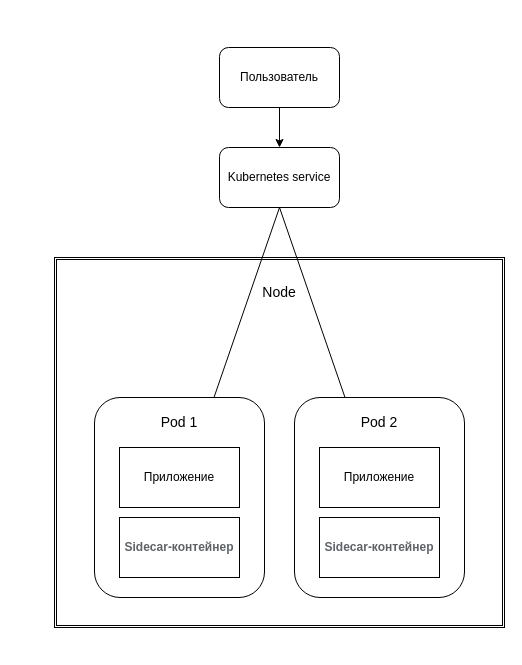
Before: service.drawio in Sizopu/testcase, a draw.io diagram. Source tidied: cells renumbered, new cells numbered last; positions are measured from the earlier drawing's top-left corner, leaving out a move shared by most shapes. Both pictures are drawn from the tidied source at 100%, with x=0, y=0 at pixel (54, 47).
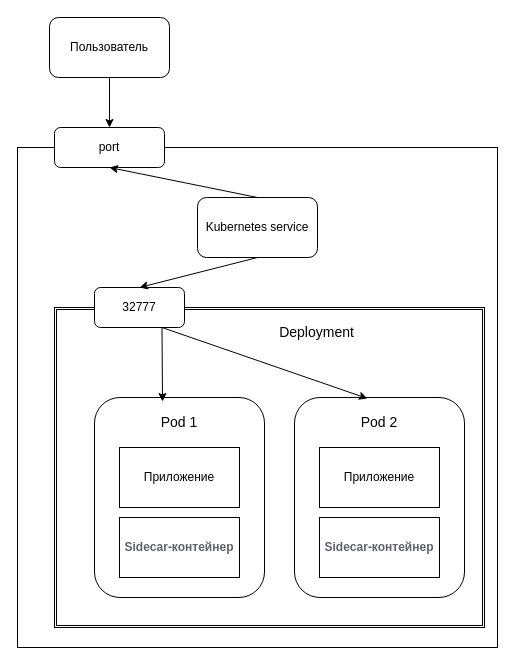
After the change.

The change refers to these unchanged cells:
```xml
<mxCell id="3" style="rounded=1;whiteSpace=wrap;html=1;" parent="1" vertex="1">
  <mxGeometry x="40" y="350" width="170" height="200" as="geometry" />
</mxCell>
<mxCell id="9" style="rounded=1;whiteSpace=wrap;html=1;" parent="1" vertex="1">
  <mxGeometry x="240" y="350" width="170" height="200" as="geometry" />
</mxCell>
```

What changed in the source:
```diff
@@
+    <mxCell id="17" style="rounded=0;whiteSpace=wrap;html=1;" parent="1" vertex="1">
+      <mxGeometry x="-37" y="100" width="480" height="500" as="geometry" />
+    </mxCell>
     <mxCell id="2" style="shape=ext;double=1;rounded=0;whiteSpace=wrap;html=1;" parent="1" vertex="1">
-      <mxGeometry y="210" width="450" height="370" as="geometry" />
+      <mxGeometry y="260" width="430" height="320" as="geometry" />
     </mxCell>
@@
     <mxCell id="5" value="Пользователь" style="rounded=1;whiteSpace=wrap;html=1;" parent="1" vertex="1">
-      <mxGeometry x="165" width="120" height="60" as="geometry" />
+      <mxGeometry x="-5" y="-30" width="120" height="60" as="geometry" />
     </mxCell>
     <mxCell id="6" value="Kubernetes service" style="rounded=1;whiteSpace=wrap;html=1;" parent="1" vertex="1">
-      <mxGeometry x="165" y="100" width="120" height="60" as="geometry" />
+      <mxGeometry x="143" y="150" width="120" height="60" as="geometry" />
     </mxCell>
-    <mxCell id="7" style="endArrow=classic;html=1;rounded=0;exitX=0.5;exitY=1;exitDx=0;exitDy=0;entryX=0.5;entryY=0;entryDx=0;entryDy=0;" parent="1" edge="1" source="5" target="6">
-      <mxGeometry relative="1" as="geometry" />
-    </mxCell>
-    <mxCell id="8" value="&lt;font style=&quot;font-size: 14px;&quot;&gt;Node&lt;/font&gt;" style="text;html=1;align=center;verticalAlign=middle;whiteSpace=wrap;rounded=0;" parent="1" vertex="1">
-      <mxGeometry x="195" y="230" width="60" height="30" as="geometry" />
+    <mxCell id="8" value="&lt;span style=&quot;font-size: 14px;&quot;&gt;Deployment&lt;/span&gt;" style="text;html=1;align=center;verticalAlign=middle;whiteSpace=wrap;rounded=0;" parent="1" vertex="1">
+      <mxGeometry x="210" y="270" width="105" height="30" as="geometry" />
     </mxCell>
@@
-    <mxCell id="13" style="endArrow=none;html=1;rounded=0;entryX=0.5;entryY=1;entryDx=0;entryDy=0;" parent="1" edge="1" source="3" target="6">
-      <mxGeometry relative="1" as="geometry" />
-    </mxCell>
-    <mxCell id="14" style="endArrow=none;html=1;rounded=0;entryX=0.5;entryY=1;entryDx=0;entryDy=0;" parent="1" edge="1" source="9" target="6">
-      <mxGeometry relative="1" as="geometry" />
-    </mxCell>
@@
+    <mxCell id="18" value="32777" style="rounded=1;whiteSpace=wrap;html=1;" parent="1" vertex="1">
+      <mxGeometry x="40" y="240" width="90" height="40" as="geometry" />
+    </mxCell>
+    <mxCell id="19" style="endArrow=classic;html=1;rounded=0;entryX=0.4;entryY=0.02;entryDx=0;entryDy=0;entryPerimeter=0;exitX=0.75;exitY=1;exitDx=0;exitDy=0;" parent="1" edge="1" source="18" target="3">
+      <mxGeometry relative="1" as="geometry" />
+    </mxCell>
+    <mxCell id="20" style="endArrow=classic;html=1;rounded=0;entryX=0.429;entryY=0.005;entryDx=0;entryDy=0;entryPerimeter=0;exitX=0.75;exitY=1;exitDx=0;exitDy=0;" parent="1" edge="1" source="18" target="9">
+      <mxGeometry relative="1" as="geometry" />
+    </mxCell>
+    <mxCell id="21" style="endArrow=classic;html=1;rounded=0;exitX=0.5;exitY=1;exitDx=0;exitDy=0;entryX=0.5;entryY=0;entryDx=0;entryDy=0;" parent="1" edge="1" source="6" target="18">
+      <mxGeometry relative="1" as="geometry" />
+    </mxCell>
+    <mxCell id="22" value="port" style="rounded=1;whiteSpace=wrap;html=1;" parent="1" vertex="1">
+      <mxGeometry y="80" width="110" height="40" as="geometry" />
+    </mxCell>
+    <mxCell id="23" style="endArrow=classic;html=1;rounded=0;exitX=0.5;exitY=1;exitDx=0;exitDy=0;entryX=0.5;entryY=0;entryDx=0;entryDy=0;" parent="1" edge="1" source="5" target="22">
+      <mxGeometry relative="1" as="geometry" />
+    </mxCell>
+    <mxCell id="24" style="endArrow=classic;html=1;rounded=0;entryX=0.5;entryY=1;entryDx=0;entryDy=0;exitX=0.5;exitY=0;exitDx=0;exitDy=0;" parent="1" edge="1" source="6" target="22">
+      <mxGeometry relative="1" as="geometry" />
+    </mxCell>
```
